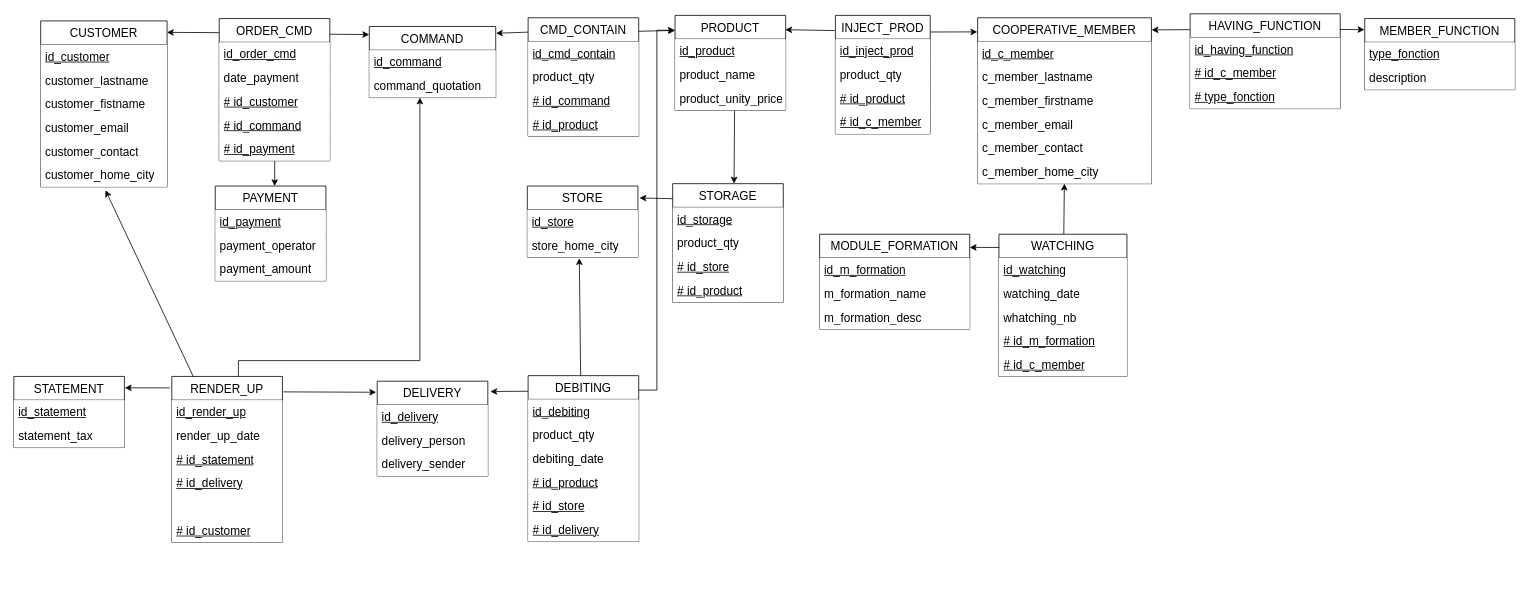
Ghislain-KIMA/projet_tutor-_licence_2_plateforme_de_gestion_des_coop-ratives_agricoles keeps this draw.io diagram as doc/architectures/database/01_mld.drawio. Above is the earlier version. Source tidied: cells renumbered, new cells numbered last; positions are measured from the earlier drawing's top-left corner, leaving out a move shared by most shapes. Both pictures are drawn from the tidied source at 79%, with x=0, y=0 at pixel (13, 13).
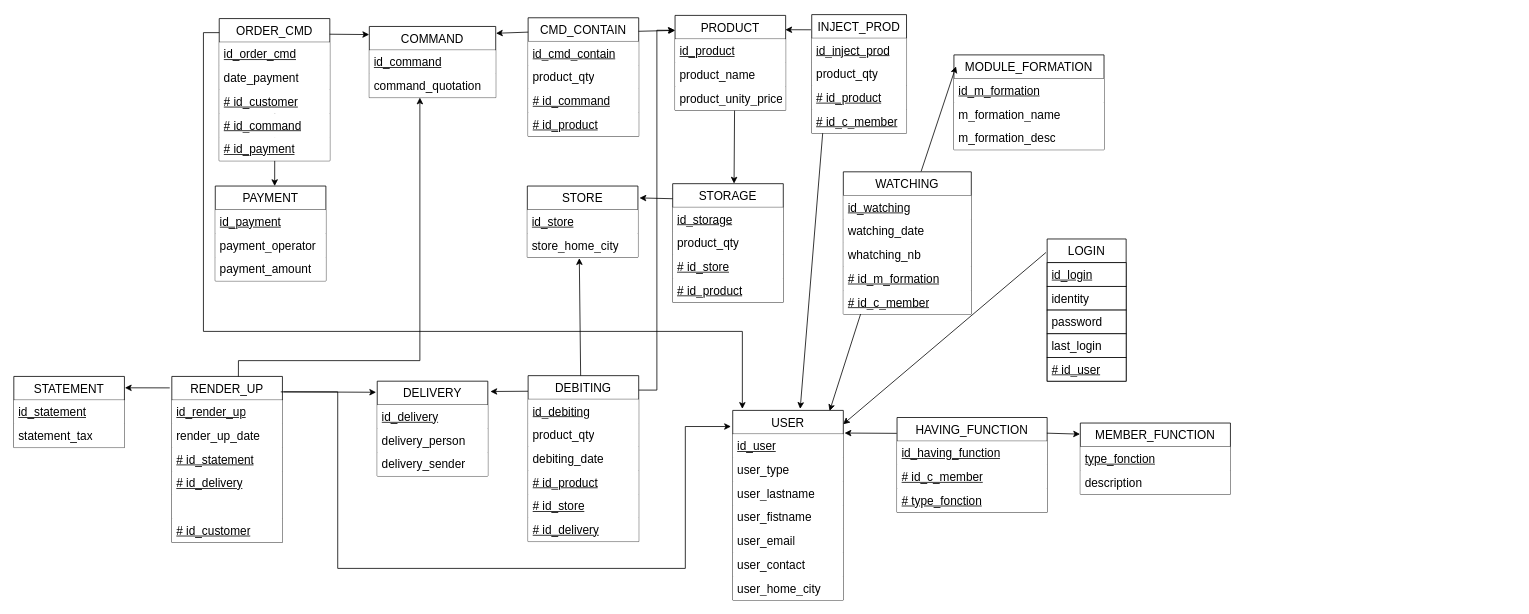
The same page after the edit.

The change refers to these unchanged cells:
```xml
<mxCell id="28" value="&lt;u&gt;# id_c_member&lt;/u&gt;" style="text;strokeColor=none;fillColor=default;align=left;verticalAlign=middle;spacingLeft=4;spacingRight=4;overflow=hidden;points=[[0,0.5],[1,0.5]];portConstraint=eastwest;whiteSpace=wrap;html=1;fontSize=15;" parent="23" vertex="1">
  <mxGeometry y="150" width="162" height="30" as="geometry" />
</mxCell>
<mxCell id="35" value="&lt;u&gt;# id_c_member&lt;/u&gt;" style="text;strokeColor=none;fillColor=default;align=left;verticalAlign=middle;spacingLeft=4;spacingRight=4;overflow=hidden;points=[[0,0.5],[1,0.5]];portConstraint=eastwest;whiteSpace=wrap;html=1;fontSize=15;" parent="31" vertex="1">
  <mxGeometry y="120" width="120" height="30" as="geometry" />
</mxCell>
<mxCell id="51" value="ORDER_CMD" style="swimlane;fontStyle=0;horizontal=1;startSize=30;whiteSpace=wrap;html=1;fontSize=15;" parent="1" vertex="1">
  <mxGeometry x="260" y="6" width="140" height="180" as="geometry" />
</mxCell>
<mxCell id="98" value="RENDER_UP" style="swimlane;fontStyle=0;horizontal=1;startSize=30;whiteSpace=wrap;html=1;fontSize=15;" parent="1" vertex="1">
  <mxGeometry x="200" y="459" width="140" height="210" as="geometry" />
</mxCell>
```

The edit, as a diff of the source:
```diff
@@
-    <mxCell id="2" value="COOPERATIVE_MEMBER" style="swimlane;fontStyle=0;horizontal=1;startSize=30;whiteSpace=wrap;html=1;fontSize=15;strokeColor=default;" parent="1" vertex="1">
-      <mxGeometry x="1220" y="5" width="220" height="210" as="geometry" />
-    </mxCell>
-    <mxCell id="3" value="&lt;u&gt;id_c_member&lt;/u&gt;" style="text;strokeColor=none;fillColor=default;align=left;verticalAlign=middle;spacingLeft=4;spacingRight=4;overflow=hidden;whiteSpace=wrap;html=1;fontSize=15;" parent="2" vertex="1">
-      <mxGeometry y="30" width="220" height="30" as="geometry" />
-    </mxCell>
-    <mxCell id="4" value="c_member_lastname" style="text;strokeColor=none;fillColor=default;align=left;verticalAlign=middle;spacingLeft=4;spacingRight=4;overflow=hidden;whiteSpace=wrap;html=1;fontSize=15;" parent="2" vertex="1">
-      <mxGeometry y="60" width="220" height="30" as="geometry" />
-    </mxCell>
-    <mxCell id="5" value="c_member_firstname" style="text;strokeColor=none;fillColor=default;align=left;verticalAlign=middle;spacingLeft=4;spacingRight=4;overflow=hidden;whiteSpace=wrap;html=1;fontSize=15;" parent="2" vertex="1">
-      <mxGeometry y="90" width="220" height="30" as="geometry" />
-    </mxCell>
-    <mxCell id="6" value="c_member_email" style="text;strokeColor=none;fillColor=default;align=left;verticalAlign=middle;spacingLeft=4;spacingRight=4;overflow=hidden;whiteSpace=wrap;html=1;fontSize=15;" parent="2" vertex="1">
-      <mxGeometry y="120" width="220" height="30" as="geometry" />
-    </mxCell>
-    <mxCell id="7" value="c_member_contact" style="text;strokeColor=none;fillColor=default;align=left;verticalAlign=middle;spacingLeft=4;spacingRight=4;overflow=hidden;whiteSpace=wrap;html=1;fontSize=15;" parent="2" vertex="1">
-      <mxGeometry y="150" width="220" height="30" as="geometry" />
-    </mxCell>
-    <mxCell id="8" value="c_member_home_city" style="text;strokeColor=none;fillColor=default;align=left;verticalAlign=middle;spacingLeft=4;spacingRight=4;overflow=hidden;points=[[0,0.5],[1,0.5]];portConstraint=eastwest;whiteSpace=wrap;html=1;fontSize=15;" parent="2" vertex="1">
-      <mxGeometry y="180" width="220" height="30" as="geometry" />
-    </mxCell>
     <mxCell id="9" value="MEMBER_FUNCTION" style="swimlane;fontStyle=0;horizontal=1;startSize=30;whiteSpace=wrap;html=1;fontSize=15;" parent="1" vertex="1">
-      <mxGeometry x="1710" y="6" width="190" height="90" as="geometry" />
+      <mxGeometry x="1350" y="518" width="190" height="90" as="geometry" />
     </mxCell>
@@
-    <mxCell id="12" style="rounded=0;jettySize=auto;html=1;exitX=-0.002;exitY=0.167;exitDx=0;exitDy=0;exitPerimeter=0;entryX=1.001;entryY=0.073;entryDx=0;entryDy=0;entryPerimeter=0;" parent="1" edge="1" source="13" target="2">
+    <mxCell id="12" style="rounded=0;jettySize=auto;html=1;exitX=-0.002;exitY=0.167;exitDx=0;exitDy=0;exitPerimeter=0;entryX=1.011;entryY=-0.044;entryDx=0;entryDy=0;entryPerimeter=0;" parent="1" edge="1" source="13" target="117">
       <mxGeometry relative="1" as="geometry" />
     </mxCell>
     <mxCell id="13" value="HAVING_FUNCTION" style="swimlane;fontStyle=0;horizontal=1;startSize=30;whiteSpace=wrap;html=1;fontSize=15;" parent="1" vertex="1">
-      <mxGeometry x="1489" width="190" height="120" as="geometry" />
+      <mxGeometry x="1118" y="511" width="190" height="120" as="geometry" />
     </mxCell>
@@
     <mxCell id="18" value="MODULE_FORMATION" style="swimlane;fontStyle=0;horizontal=1;startSize=30;whiteSpace=wrap;html=1;fontSize=15;" parent="1" vertex="1">
-      <mxGeometry x="1020" y="279" width="190" height="120" as="geometry" />
+      <mxGeometry x="1190" y="52" width="190" height="120" as="geometry" />
     </mxCell>
@@
-    <mxCell id="22" style="rounded=0;jettySize=auto;html=1;" parent="1" edge="1" source="23" target="8">
+    <mxCell id="22" style="rounded=0;jettySize=auto;html=1;entryX=0.876;entryY=0.003;entryDx=0;entryDy=0;entryPerimeter=0;exitX=0.136;exitY=0.986;exitDx=0;exitDy=0;exitPerimeter=0;" parent="1" edge="1" source="28" target="116">
       <mxGeometry relative="1" as="geometry" />
     </mxCell>
     <mxCell id="23" value="WATCHING" style="swimlane;fontStyle=0;horizontal=1;startSize=30;whiteSpace=wrap;html=1;fontSize=15;" parent="1" vertex="1">
-      <mxGeometry x="1247" y="279" width="162" height="180" as="geometry" />
+      <mxGeometry x="1050" y="200" width="162" height="180" as="geometry" />
     </mxCell>
@@
-    <mxCell id="29" style="rounded=0;jettySize=auto;html=1;entryX=1;entryY=0.139;entryDx=0;entryDy=0;entryPerimeter=0;exitX=0.002;exitY=0.093;exitDx=0;exitDy=0;exitPerimeter=0;" parent="1" edge="1" source="23" target="18">
+    <mxCell id="29" style="rounded=0;jettySize=auto;html=1;entryX=0.014;entryY=0.121;entryDx=0;entryDy=0;entryPerimeter=0;exitX=0.608;exitY=-0.003;exitDx=0;exitDy=0;exitPerimeter=0;" parent="1" edge="1" source="23" target="18">
       <mxGeometry relative="1" as="geometry" />
     </mxCell>
-    <mxCell id="30" style="rounded=0;jettySize=auto;html=1;exitX=1.004;exitY=0.14;exitDx=0;exitDy=0;exitPerimeter=0;entryX=-0.002;entryY=0.085;entryDx=0;entryDy=0;entryPerimeter=0;" parent="1" edge="1" source="31" target="2">
+    <mxCell id="30" style="rounded=0;jettySize=auto;html=1;exitX=0.116;exitY=0.984;exitDx=0;exitDy=0;exitPerimeter=0;entryX=0.61;entryY=-0.008;entryDx=0;entryDy=0;entryPerimeter=0;" parent="1" edge="1" source="35" target="116">
       <mxGeometry relative="1" as="geometry" />
     </mxCell>
     <mxCell id="31" value="INJECT_PROD" style="swimlane;fontStyle=0;horizontal=1;startSize=30;whiteSpace=wrap;html=1;fontSize=15;" parent="1" vertex="1">
-      <mxGeometry x="1040" y="2" width="120" height="150" as="geometry" />
+      <mxGeometry x="1010" y="1" width="120" height="150" as="geometry" />
     </mxCell>
@@
-    <mxCell id="57" style="rounded=0;jettySize=auto;html=1;entryX=0.999;entryY=0.069;entryDx=0;entryDy=0;entryPerimeter=0;exitX=0;exitY=0.099;exitDx=0;exitDy=0;exitPerimeter=0;" parent="1" edge="1" source="51" target="70">
-      <mxGeometry relative="1" as="geometry" />
+    <mxCell id="57" style="rounded=0;jettySize=auto;html=1;entryX=0.087;entryY=-0.008;entryDx=0;entryDy=0;entryPerimeter=0;exitX=0;exitY=0.099;exitDx=0;exitDy=0;exitPerimeter=0;edgeStyle=orthogonalEdgeStyle;" parent="1" edge="1" source="51" target="116">
+      <mxGeometry relative="1" as="geometry">
+        <Array as="points">
+          <mxPoint x="240" y="24" />
+          <mxPoint x="240" y="402" />
+          <mxPoint x="922" y="402" />
+        </Array>
+      </mxGeometry>
     </mxCell>
@@
-    <mxCell id="70" value="CUSTOMER" style="swimlane;fontStyle=0;horizontal=1;startSize=30;whiteSpace=wrap;html=1;fontSize=15;" parent="1" vertex="1">
-      <mxGeometry x="34" y="9" width="160" height="210" as="geometry" />
-    </mxCell>
-    <mxCell id="71" value="&lt;u&gt;id_customer&lt;/u&gt;" style="text;strokeColor=none;fillColor=default;align=left;verticalAlign=middle;spacingLeft=4;spacingRight=4;overflow=hidden;whiteSpace=wrap;html=1;fontSize=15;" parent="70" vertex="1">
-      <mxGeometry y="30" width="160" height="30" as="geometry" />
-    </mxCell>
-    <mxCell id="72" value="customer_lastname" style="text;strokeColor=none;fillColor=default;align=left;verticalAlign=middle;spacingLeft=4;spacingRight=4;overflow=hidden;whiteSpace=wrap;html=1;fontSize=15;" parent="70" vertex="1">
-      <mxGeometry y="60" width="160" height="30" as="geometry" />
-    </mxCell>
-    <mxCell id="73" value="customer_fistname" style="text;strokeColor=none;fillColor=default;align=left;verticalAlign=middle;spacingLeft=4;spacingRight=4;overflow=hidden;whiteSpace=wrap;html=1;fontSize=15;" parent="70" vertex="1">
-      <mxGeometry y="90" width="160" height="30" as="geometry" />
-    </mxCell>
-    <mxCell id="74" value="customer_email" style="text;strokeColor=none;fillColor=default;align=left;verticalAlign=middle;spacingLeft=4;spacingRight=4;overflow=hidden;whiteSpace=wrap;html=1;fontSize=15;" parent="70" vertex="1">
-      <mxGeometry y="120" width="160" height="30" as="geometry" />
-    </mxCell>
-    <mxCell id="75" value="customer_contact" style="text;strokeColor=none;fillColor=default;align=left;verticalAlign=middle;spacingLeft=4;spacingRight=4;overflow=hidden;whiteSpace=wrap;html=1;fontSize=15;" parent="70" vertex="1">
-      <mxGeometry y="150" width="160" height="30" as="geometry" />
-    </mxCell>
-    <mxCell id="76" value="customer_home_city" style="text;strokeColor=none;fillColor=default;align=left;verticalAlign=middle;spacingLeft=4;spacingRight=4;overflow=hidden;points=[[0,0.5],[1,0.5]];portConstraint=eastwest;whiteSpace=wrap;html=1;fontSize=15;" parent="70" vertex="1">
-      <mxGeometry y="180" width="160" height="30" as="geometry" />
-    </mxCell>
@@
-    <mxCell id="108" style="endArrow=classic;html=1;rounded=0;entryX=0.513;entryY=1.147;entryDx=0;entryDy=0;entryPerimeter=0;exitX=0.195;exitY=0.002;exitDx=0;exitDy=0;exitPerimeter=0;" parent="1" edge="1" source="98" target="76">
-      <mxGeometry relative="1" as="geometry" />
+    <mxCell id="108" style="endArrow=classic;html=1;rounded=0;entryX=-0.016;entryY=0.085;entryDx=0;entryDy=0;entryPerimeter=0;exitX=0.985;exitY=0.093;exitDx=0;exitDy=0;exitPerimeter=0;edgeStyle=orthogonalEdgeStyle;" parent="1" edge="1" source="98" target="116">
+      <mxGeometry relative="1" as="geometry">
+        <Array as="points">
+          <mxPoint x="410" y="478" />
+          <mxPoint x="410" y="702" />
+          <mxPoint x="850" y="702" />
+          <mxPoint x="850" y="522" />
+        </Array>
+      </mxGeometry>
     </mxCell>
+    <mxCell id="109" value="LOGIN" style="swimlane;fontStyle=0;horizontal=1;startSize=30;whiteSpace=wrap;html=1;fontSize=15;" parent="1" vertex="1">
+      <mxGeometry x="1308" y="285" width="100" height="180" as="geometry" />
+    </mxCell>
+    <mxCell id="110" value="&lt;u&gt;id_login&lt;/u&gt;" style="text;strokeColor=default;fillColor=default;align=left;verticalAlign=middle;spacingLeft=4;spacingRight=4;overflow=hidden;whiteSpace=wrap;html=1;fontSize=15;" parent="109" vertex="1">
+      <mxGeometry y="30" width="100" height="30" as="geometry" />
+    </mxCell>
+    <mxCell id="111" value="identity" style="text;strokeColor=default;fillColor=default;align=left;verticalAlign=middle;spacingLeft=4;spacingRight=4;overflow=hidden;whiteSpace=wrap;html=1;fontSize=15;" parent="109" vertex="1">
+      <mxGeometry y="60" width="100" height="30" as="geometry" />
+    </mxCell>
+    <mxCell id="112" value="password" style="text;strokeColor=default;fillColor=default;align=left;verticalAlign=middle;spacingLeft=4;spacingRight=4;overflow=hidden;whiteSpace=wrap;html=1;fontSize=15;" parent="109" vertex="1">
+      <mxGeometry y="90" width="100" height="30" as="geometry" />
+    </mxCell>
+    <mxCell id="113" value="last_login" style="text;strokeColor=default;fillColor=default;align=left;verticalAlign=middle;spacingLeft=4;spacingRight=4;overflow=hidden;whiteSpace=wrap;html=1;fontSize=15;" parent="109" vertex="1">
+      <mxGeometry y="120" width="100" height="30" as="geometry" />
+    </mxCell>
+    <mxCell id="114" value="&lt;u&gt;#&amp;nbsp;id_user&lt;/u&gt;" style="text;strokeColor=default;fillColor=default;align=left;verticalAlign=middle;spacingLeft=4;spacingRight=4;overflow=hidden;whiteSpace=wrap;html=1;fontSize=15;" parent="109" vertex="1">
+      <mxGeometry y="150" width="100" height="30" as="geometry" />
+    </mxCell>
+    <mxCell id="115" style="endArrow=classic;html=1;rounded=0;exitX=-0.015;exitY=0.095;exitDx=0;exitDy=0;exitPerimeter=0;entryX=0.998;entryY=0.073;entryDx=0;entryDy=0;entryPerimeter=0;" parent="1" edge="1" source="109" target="116">
+      <mxGeometry relative="1" as="geometry" />
+    </mxCell>
+    <mxCell id="116" value="USER" style="swimlane;fontStyle=0;horizontal=1;startSize=30;whiteSpace=wrap;html=1;fontSize=15;" parent="1" vertex="1">
+      <mxGeometry x="910" y="502" width="140" height="240" as="geometry" />
+    </mxCell>
+    <mxCell id="117" value="&lt;u&gt;id_user&lt;/u&gt;" style="text;strokeColor=none;fillColor=default;align=left;verticalAlign=middle;spacingLeft=4;spacingRight=4;overflow=hidden;points=[[0,0.5],[1,0.5]];portConstraint=eastwest;whiteSpace=wrap;html=1;fontSize=15;" parent="116" vertex="1">
+      <mxGeometry y="30" width="140" height="30" as="geometry" />
+    </mxCell>
+    <mxCell id="118" value="user_type" style="text;strokeColor=none;fillColor=default;align=left;verticalAlign=middle;spacingLeft=4;spacingRight=4;overflow=hidden;whiteSpace=wrap;html=1;fontSize=15;" parent="116" vertex="1">
+      <mxGeometry y="60" width="140" height="30" as="geometry" />
+    </mxCell>
+    <mxCell id="119" value="user_lastname" style="text;strokeColor=none;fillColor=default;align=left;verticalAlign=middle;spacingLeft=4;spacingRight=4;overflow=hidden;whiteSpace=wrap;html=1;fontSize=15;" parent="116" vertex="1">
+      <mxGeometry y="90" width="140" height="30" as="geometry" />
+    </mxCell>
+    <mxCell id="120" value="user_fistname" style="text;strokeColor=none;fillColor=default;align=left;verticalAlign=middle;spacingLeft=4;spacingRight=4;overflow=hidden;whiteSpace=wrap;html=1;fontSize=15;" parent="116" vertex="1">
+      <mxGeometry y="120" width="140" height="30" as="geometry" />
+    </mxCell>
+    <mxCell id="121" value="user_email" style="text;strokeColor=none;fillColor=default;align=left;verticalAlign=middle;spacingLeft=4;spacingRight=4;overflow=hidden;whiteSpace=wrap;html=1;fontSize=15;" parent="116" vertex="1">
+      <mxGeometry y="150" width="140" height="30" as="geometry" />
+    </mxCell>
+    <mxCell id="122" value="user_contact" style="text;strokeColor=none;fillColor=default;align=left;verticalAlign=middle;spacingLeft=4;spacingRight=4;overflow=hidden;whiteSpace=wrap;html=1;fontSize=15;" parent="116" vertex="1">
+      <mxGeometry y="180" width="140" height="30" as="geometry" />
+    </mxCell>
+    <mxCell id="123" value="user_home_city" style="text;strokeColor=none;fillColor=default;align=left;verticalAlign=middle;spacingLeft=4;spacingRight=4;overflow=hidden;whiteSpace=wrap;html=1;fontSize=15;" parent="116" vertex="1">
+      <mxGeometry y="210" width="140" height="30" as="geometry" />
+    </mxCell>
```
